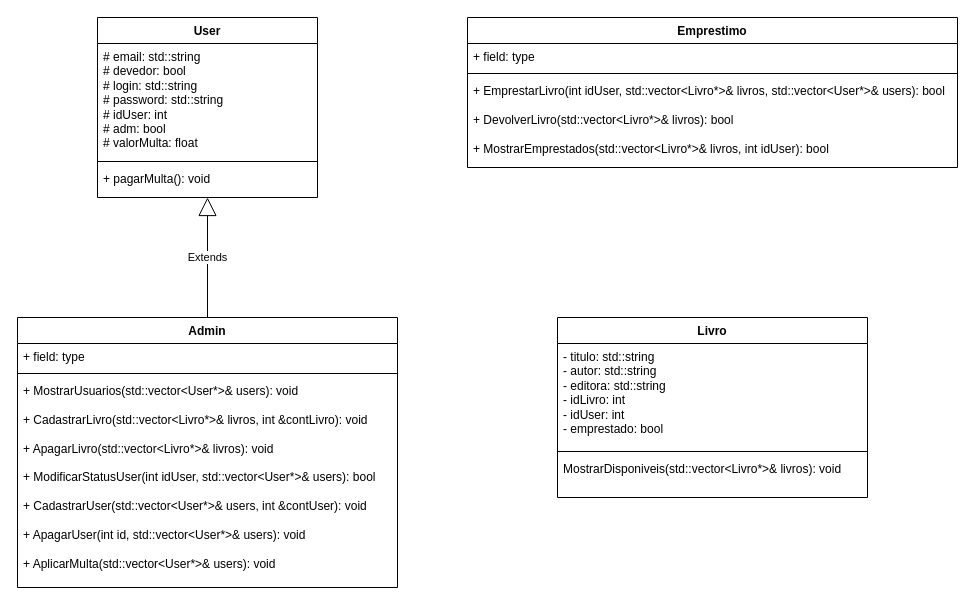
This is Bilioteca_by_gabi/biblioteca.drawio from Gabi-r7/Trabalho_cpp, a draw.io file, before an edit. Source tidied: cells renumbered, new cells numbered last; positions are measured from the earlier drawing's top-left corner, leaving out a move shared by most shapes. Both pictures are drawn from the tidied source at 100%, with x=0, y=0 at pixel (17, 17).
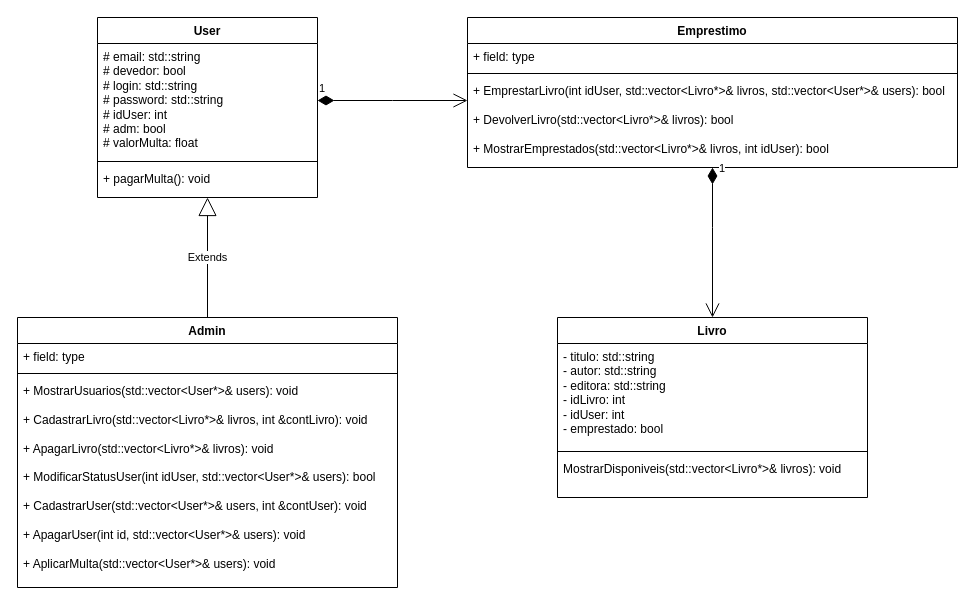
The same diagram, later.

The change refers to these unchanged cells:
```xml
<mxCell id="2" value="Livro" style="swimlane;fontStyle=1;align=center;verticalAlign=top;horizontal=1;startSize=26;whiteSpace=wrap;html=1;" parent="1" vertex="1">
  <mxGeometry x="540" y="300" width="310" height="180" as="geometry" />
</mxCell>
<mxCell id="11" value="# email: std::string&lt;div&gt;# devedor: bool&lt;/div&gt;&lt;div&gt;# login: std::string&lt;/div&gt;&lt;div&gt;# password: std::string&lt;/div&gt;&lt;div&gt;# idUser: int&lt;/div&gt;&lt;div&gt;# adm: bool&lt;/div&gt;&lt;div&gt;# valorMulta: float&lt;/div&gt;" style="text;strokeColor=none;fillColor=none;align=left;verticalAlign=top;spacingLeft=4;spacingRight=4;overflow=hidden;points=[[0,0.5],[1,0.5]];portConstraint=eastwest;whiteSpace=wrap;html=1;" parent="10" vertex="1">
  <mxGeometry y="26" width="220" height="114" as="geometry" />
</mxCell>
<mxCell id="17" value="&lt;div&gt;+ EmprestarLivro(int idUser, std::vector&amp;lt;Livro*&amp;gt;&amp;amp; livros, std::vector&amp;lt;User*&amp;gt;&amp;amp; users): bool&lt;/div&gt;&lt;div&gt;&lt;br&gt;&lt;/div&gt;&lt;div&gt;+ DevolverLivro(std::vector&amp;lt;Livro*&amp;gt;&amp;amp; livros): bool&lt;/div&gt;&lt;div&gt;&lt;br&gt;&lt;/div&gt;&lt;div&gt;+ MostrarEmprestados(std::vector&amp;lt;Livro*&amp;gt;&amp;amp; livros, int idUser): bool&lt;/div&gt;" style="text;strokeColor=none;fillColor=none;align=left;verticalAlign=top;spacingLeft=4;spacingRight=4;overflow=hidden;points=[[0,0.5],[1,0.5]];portConstraint=eastwest;whiteSpace=wrap;html=1;" parent="14" vertex="1">
  <mxGeometry y="60" width="490" height="90" as="geometry" />
</mxCell>
```

Change to the diagram source:
```diff
@@
+    <mxCell id="19" value="1" style="endArrow=open;html=1;endSize=12;startArrow=diamondThin;startSize=14;startFill=1;edgeStyle=orthogonalEdgeStyle;align=left;verticalAlign=bottom;rounded=0;exitX=1;exitY=0.5;exitDx=0;exitDy=0;" parent="1" edge="1" source="11">
+      <mxGeometry x="-1" y="3" relative="1" as="geometry">
+        <mxPoint x="450" y="83" as="targetPoint" />
+      </mxGeometry>
+    </mxCell>
+    <mxCell id="20" value="1" style="endArrow=open;html=1;endSize=12;startArrow=diamondThin;startSize=14;startFill=1;edgeStyle=orthogonalEdgeStyle;align=left;verticalAlign=bottom;rounded=0;entryX=0.5;entryY=0;entryDx=0;entryDy=0;" parent="1" edge="1" source="17" target="2">
+      <mxGeometry x="-0.87" y="5" relative="1" as="geometry">
+        <Array as="points">
+          <mxPoint x="695" y="210" />
+          <mxPoint x="695" y="210" />
+        </Array>
+      </mxGeometry>
+    </mxCell>
```
